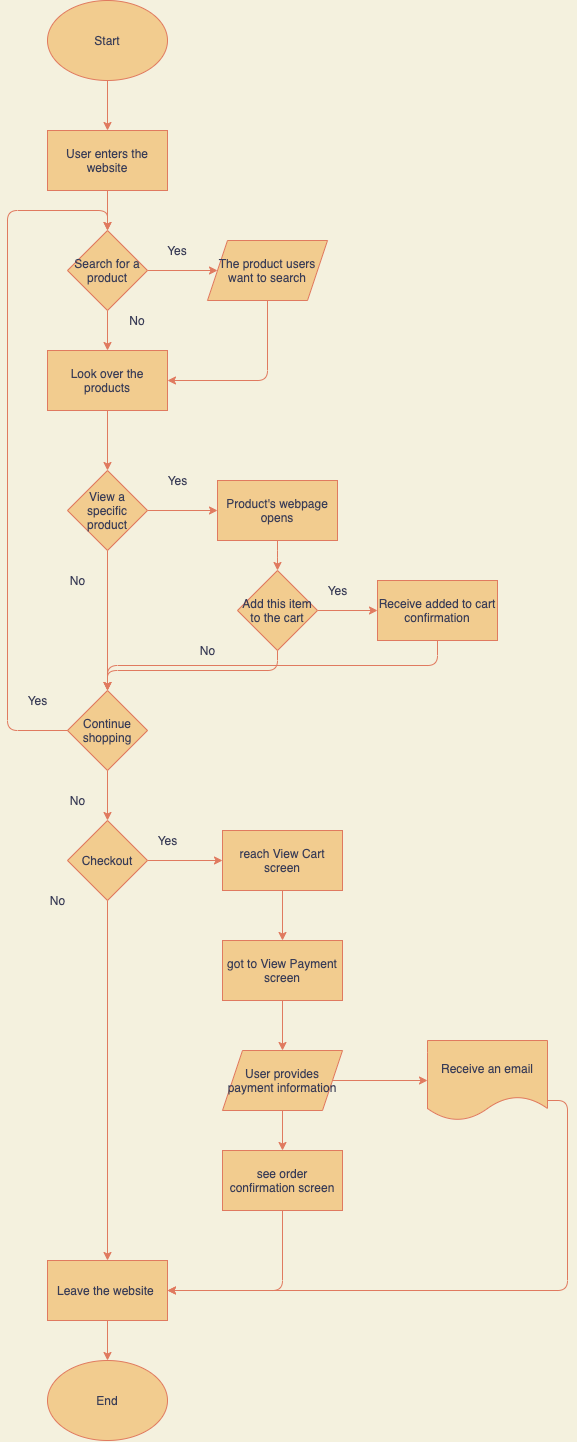
AlexisChen99/wi21-cse110-lab4 keeps this draw.io diagram as part2/part2.drawio.png. Above is the earlier version. Source tidied: cells renumbered, new cells last; positions are measured from the earlier drawing's top-left corner, leaving out a move shared by most shapes.
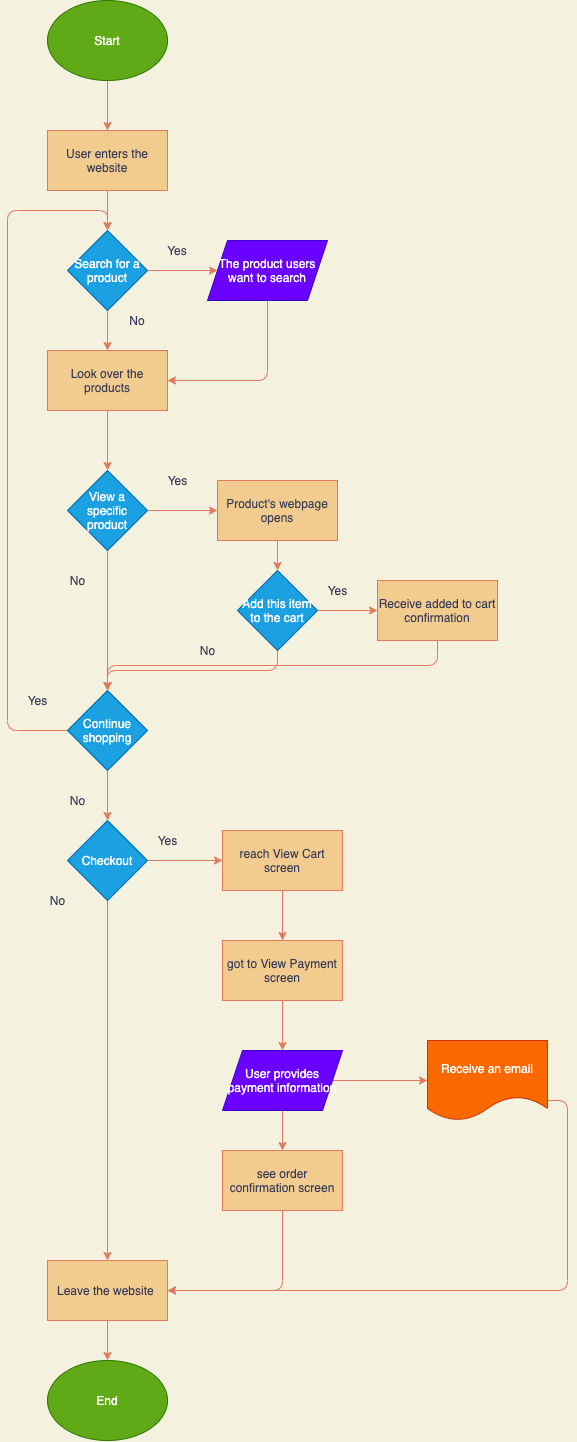
The same diagram one commit later.

Commit message:
part3 finished

What changed in the source:
```diff
@@ -5,7 +5,7 @@
     <mxCell id="2" style="edgeStyle=orthogonalEdgeStyle;curved=0;rounded=1;sketch=0;jettySize=auto;html=1;strokeColor=#E07A5F;fillColor=#F2CC8F;fontColor=#393C56;" parent="1" edge="1" source="3" target="5">
       <mxGeometry relative="1" as="geometry" />
     </mxCell>
-    <mxCell id="3" value="Start" style="ellipse;whiteSpace=wrap;html=1;fillColor=#F2CC8F;strokeColor=#E07A5F;fontColor=#393C56;" parent="1" vertex="1">
+    <mxCell id="3" value="Start" style="ellipse;whiteSpace=wrap;html=1;fillColor=#60a917;strokeColor=#2D7600;fontColor=#ffffff;" parent="1" vertex="1">
       <mxGeometry x="40" width="120" height="80" as="geometry" />
     </mxCell>
     <mxCell id="4" style="edgeStyle=orthogonalEdgeStyle;curved=0;rounded=1;sketch=0;jettySize=auto;html=1;strokeColor=#E07A5F;fillColor=#F2CC8F;fontColor=#393C56;" parent="1" edge="1" source="5" target="8">
@@ -20,13 +20,13 @@
     <mxCell id="7" style="edgeStyle=orthogonalEdgeStyle;curved=0;rounded=1;sketch=0;jettySize=auto;html=1;strokeColor=#E07A5F;fillColor=#F2CC8F;fontColor=#393C56;" parent="1" edge="1" source="8" target="10">
       <mxGeometry relative="1" as="geometry" />
     </mxCell>
-    <mxCell id="8" value="Search for a product" style="rhombus;whiteSpace=wrap;html=1;rounded=0;sketch=0;strokeColor=#E07A5F;fillColor=#F2CC8F;fontColor=#393C56;" parent="1" vertex="1">
+    <mxCell id="8" value="Search for a product" style="rhombus;whiteSpace=wrap;html=1;rounded=0;sketch=0;strokeColor=#006EAF;fillColor=#1ba1e2;fontColor=#ffffff;" parent="1" vertex="1">
       <mxGeometry x="60" y="230" width="80" height="80" as="geometry" />
     </mxCell>
     <mxCell id="9" style="edgeStyle=orthogonalEdgeStyle;curved=0;rounded=1;sketch=0;jettySize=auto;html=1;exitX=0.5;exitY=1;exitDx=0;exitDy=0;entryX=1;entryY=0.5;entryDx=0;entryDy=0;strokeColor=#E07A5F;fillColor=#F2CC8F;fontColor=#393C56;" parent="1" edge="1" source="10" target="12">
       <mxGeometry relative="1" as="geometry" />
     </mxCell>
-    <mxCell id="10" value="The product users want to search" style="shape=parallelogram;perimeter=parallelogramPerimeter;whiteSpace=wrap;html=1;fixedSize=1;rounded=0;sketch=0;strokeColor=#E07A5F;fillColor=#F2CC8F;fontColor=#393C56;" parent="1" vertex="1">
+    <mxCell id="10" value="The product users want to search" style="shape=parallelogram;perimeter=parallelogramPerimeter;whiteSpace=wrap;html=1;fixedSize=1;rounded=0;sketch=0;strokeColor=#3700CC;fillColor=#6a00ff;fontColor=#ffffff;" parent="1" vertex="1">
       <mxGeometry x="200" y="240" width="120" height="60" as="geometry" />
     </mxCell>
     <mxCell id="11" style="edgeStyle=orthogonalEdgeStyle;curved=0;rounded=1;sketch=0;jettySize=auto;html=1;strokeColor=#E07A5F;fillColor=#F2CC8F;fontColor=#393C56;" parent="1" edge="1" source="12" target="17">
@@ -47,7 +47,7 @@
     <mxCell id="16" style="edgeStyle=orthogonalEdgeStyle;curved=0;rounded=1;sketch=0;jettySize=auto;html=1;strokeColor=#E07A5F;fillColor=#F2CC8F;fontColor=#393C56;" parent="1" edge="1" source="17" target="27">
       <mxGeometry relative="1" as="geometry" />
     </mxCell>
-    <mxCell id="17" value="View a specific product" style="rhombus;whiteSpace=wrap;html=1;rounded=0;sketch=0;strokeColor=#E07A5F;fillColor=#F2CC8F;fontColor=#393C56;" parent="1" vertex="1">
+    <mxCell id="17" value="View a specific product" style="rhombus;whiteSpace=wrap;html=1;rounded=0;sketch=0;strokeColor=#006EAF;fillColor=#1ba1e2;fontColor=#ffffff;" parent="1" vertex="1">
       <mxGeometry x="60" y="470" width="80" height="80" as="geometry" />
     </mxCell>
     <mxCell id="18" style="edgeStyle=orthogonalEdgeStyle;curved=0;rounded=1;sketch=0;jettySize=auto;html=1;strokeColor=#E07A5F;fillColor=#F2CC8F;fontColor=#393C56;" parent="1" edge="1" source="19" target="22">
@@ -64,7 +64,7 @@
         <mxPoint x="100" y="690" as="targetPoint" />
       </mxGeometry>
     </mxCell>
-    <mxCell id="22" value="Add this item to the cart" style="rhombus;whiteSpace=wrap;html=1;rounded=0;sketch=0;strokeColor=#E07A5F;fillColor=#F2CC8F;fontColor=#393C56;" parent="1" vertex="1">
+    <mxCell id="22" value="Add this item to the cart" style="rhombus;whiteSpace=wrap;html=1;rounded=0;sketch=0;strokeColor=#006EAF;fillColor=#1ba1e2;fontColor=#ffffff;" parent="1" vertex="1">
       <mxGeometry x="230" y="570" width="80" height="80" as="geometry" />
     </mxCell>
     <mxCell id="23" style="edgeStyle=orthogonalEdgeStyle;curved=0;rounded=1;sketch=0;jettySize=auto;html=1;exitX=0.5;exitY=1;exitDx=0;exitDy=0;strokeColor=#E07A5F;fillColor=#F2CC8F;fontColor=#393C56;" parent="1" edge="1" source="24" target="27">
@@ -85,7 +85,7 @@
     <mxCell id="26" style="edgeStyle=orthogonalEdgeStyle;curved=0;rounded=1;sketch=0;jettySize=auto;html=1;strokeColor=#E07A5F;fillColor=#F2CC8F;fontColor=#393C56;" parent="1" edge="1" source="27" target="35">
       <mxGeometry relative="1" as="geometry" />
     </mxCell>
-    <mxCell id="27" value="Continue shopping" style="rhombus;whiteSpace=wrap;html=1;rounded=0;sketch=0;strokeColor=#E07A5F;fillColor=#F2CC8F;fontColor=#393C56;" parent="1" vertex="1">
+    <mxCell id="27" value="Continue shopping" style="rhombus;whiteSpace=wrap;html=1;rounded=0;sketch=0;strokeColor=#006EAF;fillColor=#1ba1e2;fontColor=#ffffff;" parent="1" vertex="1">
       <mxGeometry x="60" y="690" width="80" height="80" as="geometry" />
     </mxCell>
     <mxCell id="28" value="Yes" style="text;html=1;align=center;verticalAlign=middle;fontColor=#393C56;" parent="1" vertex="1">
@@ -109,7 +109,7 @@
     <mxCell id="34" style="edgeStyle=orthogonalEdgeStyle;curved=0;rounded=1;sketch=0;jettySize=auto;html=1;strokeColor=#E07A5F;fillColor=#F2CC8F;fontColor=#393C56;" parent="1" edge="1" source="35" target="42">
       <mxGeometry relative="1" as="geometry" />
     </mxCell>
-    <mxCell id="35" value="Checkout" style="rhombus;whiteSpace=wrap;html=1;rounded=0;sketch=0;strokeColor=#E07A5F;fillColor=#F2CC8F;fontColor=#393C56;" parent="1" vertex="1">
+    <mxCell id="35" value="Checkout" style="rhombus;whiteSpace=wrap;html=1;rounded=0;sketch=0;strokeColor=#006EAF;fillColor=#1ba1e2;fontColor=#ffffff;" parent="1" vertex="1">
       <mxGeometry x="60" y="820" width="80" height="80" as="geometry" />
     </mxCell>
     <mxCell id="36" value="No" style="text;html=1;align=center;verticalAlign=middle;fontColor=#393C56;" parent="1" vertex="1">
@@ -124,7 +124,7 @@
     <mxCell id="39" value="No" style="text;html=1;align=center;verticalAlign=middle;fontColor=#393C56;" parent="1" vertex="1">
       <mxGeometry x="35" y="890" width="30" height="20" as="geometry" />
     </mxCell>
-    <mxCell id="40" value="End" style="ellipse;whiteSpace=wrap;html=1;rounded=0;sketch=0;strokeColor=#E07A5F;fillColor=#F2CC8F;fontColor=#393C56;" parent="1" vertex="1">
+    <mxCell id="40" value="End" style="ellipse;whiteSpace=wrap;html=1;rounded=0;sketch=0;strokeColor=#2D7600;fillColor=#60a917;fontColor=#ffffff;" parent="1" vertex="1">
       <mxGeometry x="40" y="1360" width="120" height="80" as="geometry" />
     </mxCell>
     <mxCell id="41" style="edgeStyle=orthogonalEdgeStyle;curved=0;rounded=1;sketch=0;jettySize=auto;html=1;strokeColor=#E07A5F;fillColor=#F2CC8F;fontColor=#393C56;" parent="1" edge="1" source="42" target="44">
@@ -145,7 +145,7 @@
     <mxCell id="46" style="edgeStyle=orthogonalEdgeStyle;curved=0;rounded=1;sketch=0;jettySize=auto;html=1;strokeColor=#E07A5F;fillColor=#F2CC8F;fontColor=#393C56;" parent="1" edge="1" source="47" target="51">
       <mxGeometry relative="1" as="geometry" />
     </mxCell>
-    <mxCell id="47" value="User provides payment information" style="shape=parallelogram;perimeter=parallelogramPerimeter;whiteSpace=wrap;html=1;fixedSize=1;rounded=0;sketch=0;strokeColor=#E07A5F;fillColor=#F2CC8F;fontColor=#393C56;" parent="1" vertex="1">
+    <mxCell id="47" value="User provides payment information" style="shape=parallelogram;perimeter=parallelogramPerimeter;whiteSpace=wrap;html=1;fixedSize=1;rounded=0;sketch=0;strokeColor=#3700CC;fillColor=#6a00ff;fontColor=#ffffff;" parent="1" vertex="1">
       <mxGeometry x="215" y="1050" width="120" height="60" as="geometry" />
     </mxCell>
     <mxCell id="48" style="edgeStyle=orthogonalEdgeStyle;curved=0;rounded=1;sketch=0;jettySize=auto;html=1;exitX=0.5;exitY=1;exitDx=0;exitDy=0;entryX=1;entryY=0.5;entryDx=0;entryDy=0;strokeColor=#E07A5F;fillColor=#F2CC8F;fontColor=#393C56;" parent="1" edge="1" source="49" target="38">
@@ -157,7 +157,7 @@
     <mxCell id="50" style="edgeStyle=orthogonalEdgeStyle;curved=0;rounded=1;sketch=0;jettySize=auto;html=1;exitX=1;exitY=0.75;exitDx=0;exitDy=0;entryX=1;entryY=0.5;entryDx=0;entryDy=0;strokeColor=#E07A5F;fillColor=#F2CC8F;fontColor=#393C56;" parent="1" edge="1" source="51" target="38">
       <mxGeometry relative="1" as="geometry" />
     </mxCell>
-    <mxCell id="51" value="Receive an email" style="shape=document;whiteSpace=wrap;html=1;boundedLbl=1;rounded=0;sketch=0;strokeColor=#E07A5F;fillColor=#F2CC8F;fontColor=#393C56;" parent="1" vertex="1">
+    <mxCell id="51" value="Receive an email" style="shape=document;whiteSpace=wrap;html=1;boundedLbl=1;rounded=0;sketch=0;strokeColor=#C73500;fillColor=#fa6800;fontColor=#ffffff;" parent="1" vertex="1">
       <mxGeometry x="420" y="1040" width="120" height="80" as="geometry" />
     </mxCell>
     <mxCell id="52" value="Yes" style="text;html=1;align=center;verticalAlign=middle;fontColor=#393C56;" parent="1" vertex="1">
```
